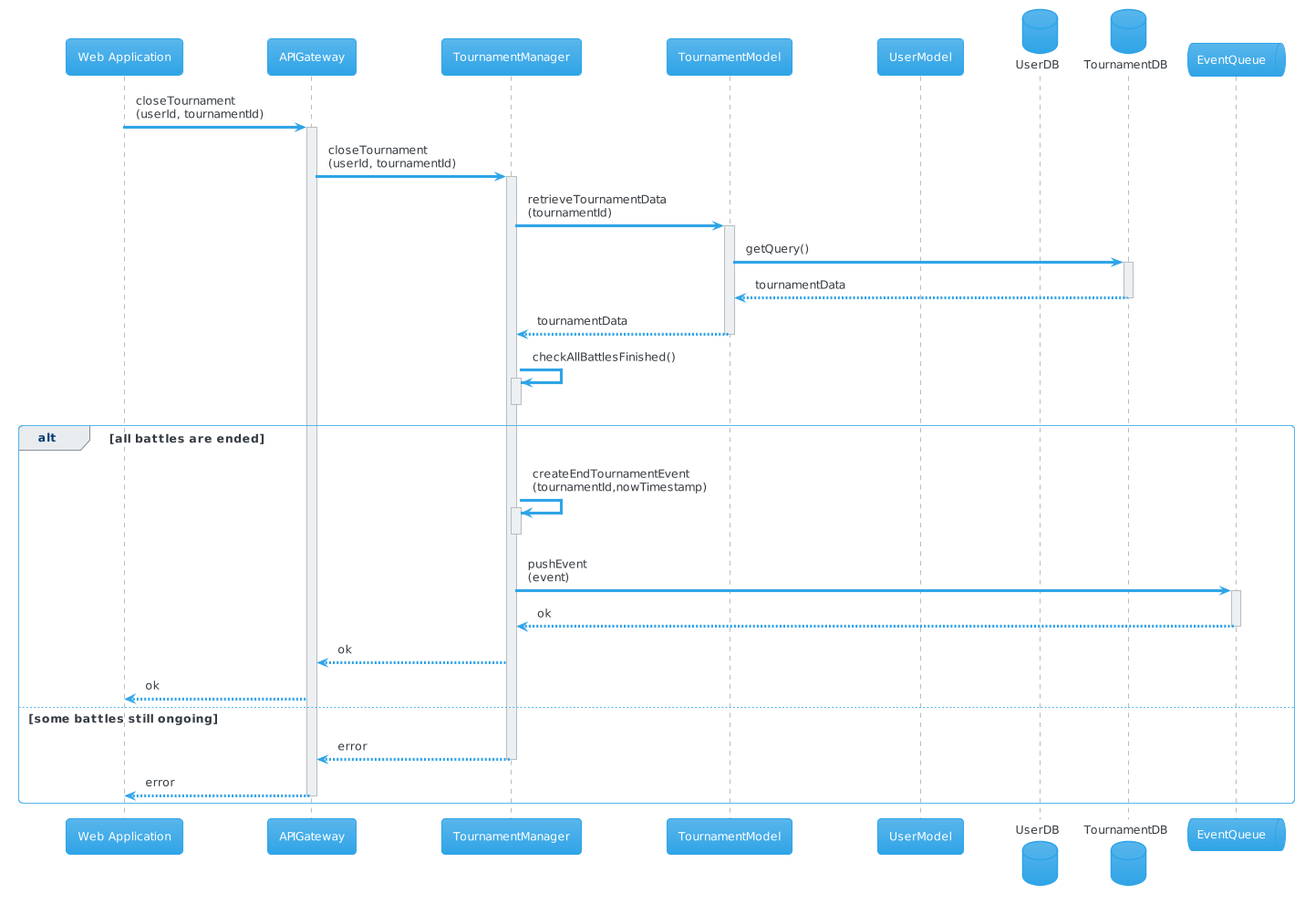
Before: DD/Diagrams/sequence/close_tournament.png, a diagram exported from PlantUML (TommasoCapacci/SEII-2024-Capacci-Ginestroni). The source it was exported from:
```plantuml
@startuml
!theme cerulean
participant "Web Application" as webapp
participant APIGateway as gateway
participant TournamentManager as tournamentManager
participant TournamentModel as tournamentModel
participant UserModel as userModel
database UserDB as userDB
database TournamentDB as tournamentDB
queue EventQueue as eventQueue
webapp -> gateway : closeTournament\n(userId, tournamentId)
activate gateway
gateway -> tournamentManager: closeTournament\n(userId, tournamentId)
activate tournamentManager
tournamentManager -> tournamentModel: retrieveTournamentData\n(tournamentId)
activate tournamentModel
tournamentModel -> tournamentDB: getQuery()
activate tournamentDB
tournamentDB --> tournamentModel: tournamentData
deactivate tournamentDB
tournamentModel --> tournamentManager: tournamentData
deactivate tournamentModel
tournamentManager -> tournamentManager: checkAllBattlesFinished()
activate tournamentManager
deactivate tournamentManager
alt all battles are ended
tournamentManager -> tournamentManager: createEndTournamentEvent\n(tournamentId,nowTimestamp)
activate tournamentManager
deactivate tournamentManager
tournamentManager -> eventQueue: pushEvent\n(event)
activate eventQueue
eventQueue --> tournamentManager: ok
deactivate eventQueue
tournamentManager --> gateway: ok
gateway --> webapp: ok
else some battles still ongoing
tournamentManager --> gateway: error
deactivate tournamentManager
gateway --> webapp: error
deactivate gateway
end
deactivate gateway
@enduml
```
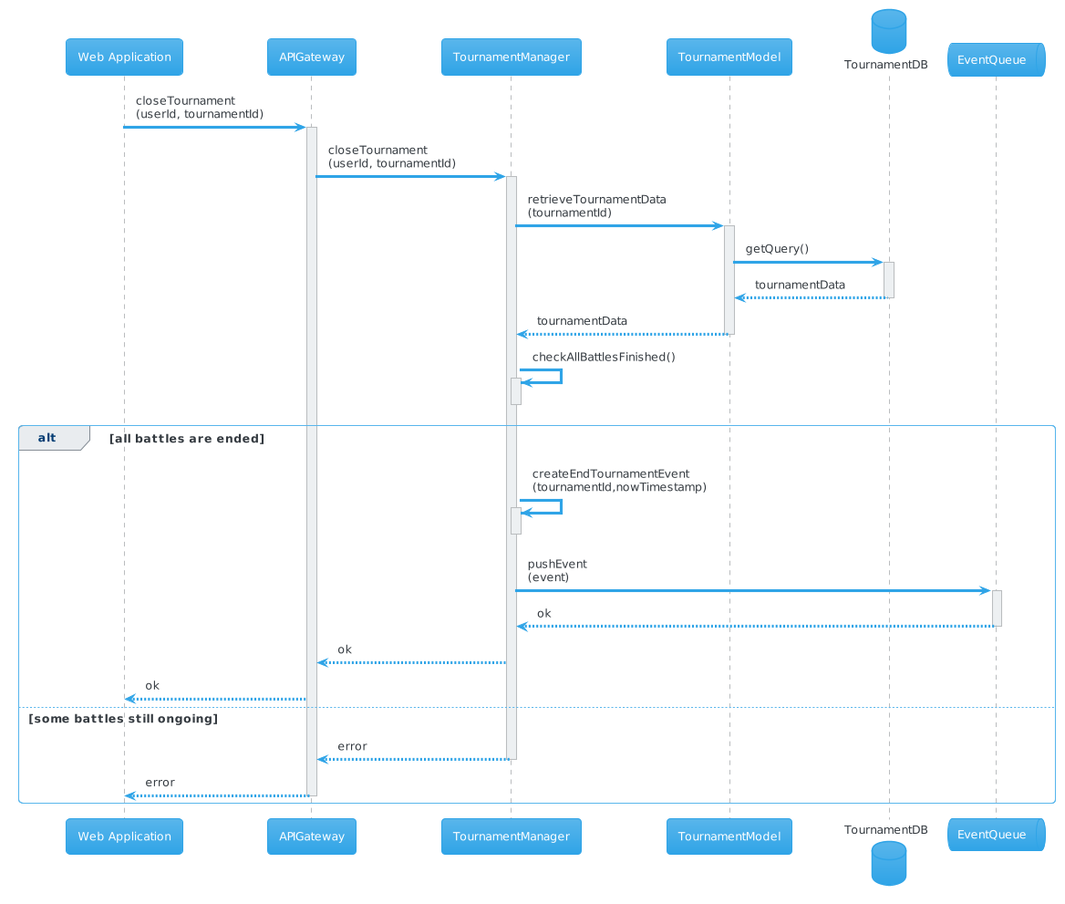
After the change.

What changed in the source:
```diff
@@ -4,10 +4,9 @@
 participant APIGateway as gateway
 participant TournamentManager as tournamentManager
 participant TournamentModel as tournamentModel
-participant UserModel as userModel
-database UserDB as userDB
 database TournamentDB as tournamentDB
 queue EventQueue as eventQueue
+
 webapp -> gateway : closeTournament\n(userId, tournamentId)
 activate gateway
 gateway -> tournamentManager: closeTournament\n(userId, tournamentId)
```
